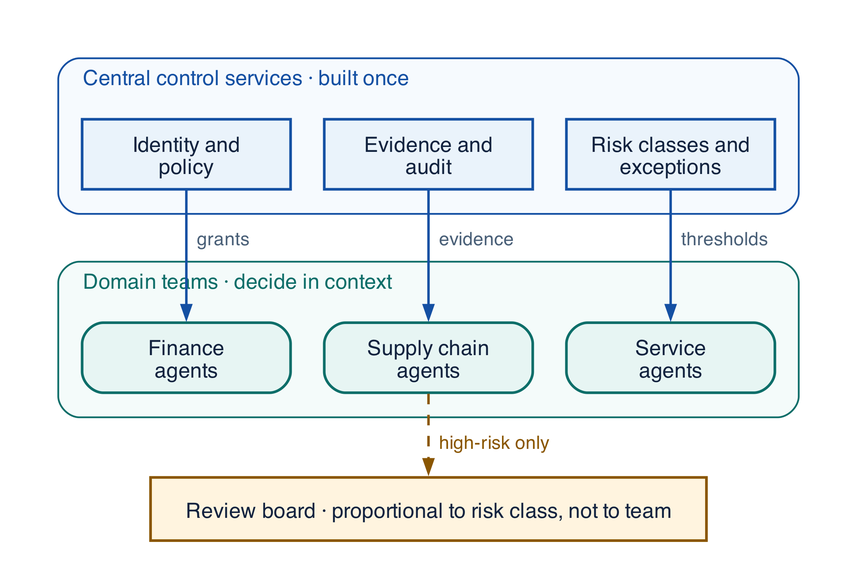
This is assets/diagrams/governance-model.png from rrahimi-uci/building-enterprise-general-intelligence, a Graphviz export, as it was before one commit. Its source is kept beside it as assets/diagrams/src/governance-model.gv.
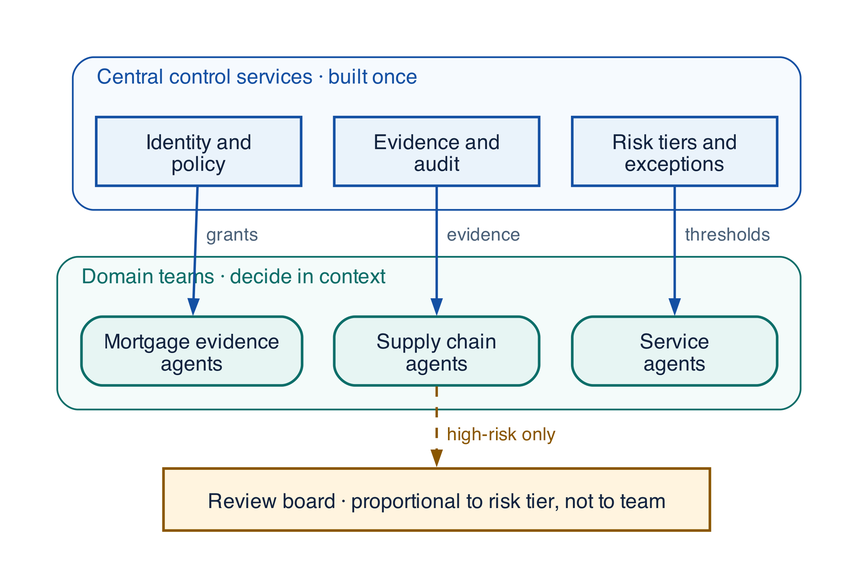
After the change.

What changed in the source:
```diff
@@ -8,16 +8,16 @@
     color="#1450A3"; style="rounded"; margin=14; bgcolor="#F6FAFE"
     c1 [label="Identity and\npolicy", fillcolor="#EAF3FB", color="#1450A3", style=filled]
     c2 [label="Evidence and\naudit", fillcolor="#EAF3FB", color="#1450A3", style=filled]
-    c3 [label="Risk classes and\nexceptions", fillcolor="#EAF3FB", color="#1450A3", style=filled]
+    c3 [label="Risk tiers and\nexceptions", fillcolor="#EAF3FB", color="#1450A3", style=filled]
   }
   subgraph cluster_domains {
     label="  Domain teams · decide in context  "; labeljust="l"; fontsize=12; fontcolor="#0D6E69"
     color="#0D6E69"; style="rounded"; margin=14; bgcolor="#F4FBFA"
-    d1 [label="Finance\nagents", fillcolor="#E7F5F3", color="#0D6E69"]
+    d1 [label="Mortgage evidence\nagents", fillcolor="#E7F5F3", color="#0D6E69"]
     d2 [label="Supply chain\nagents", fillcolor="#E7F5F3", color="#0D6E69"]
     d3 [label="Service\nagents", fillcolor="#E7F5F3", color="#0D6E69"]
   }
-  board [label="Review board · proportional to risk class, not to team", fillcolor="#FFF4DF", color="#8A5600", style=filled, width=4.4]
+  board [label="Review board · proportional to risk tier, not to team", fillcolor="#FFF4DF", color="#8A5600", style=filled, width=4.4]
 
   c1 -> d1 [label="  grants  "]
   c2 -> d2 [label="  evidence  "]
```
